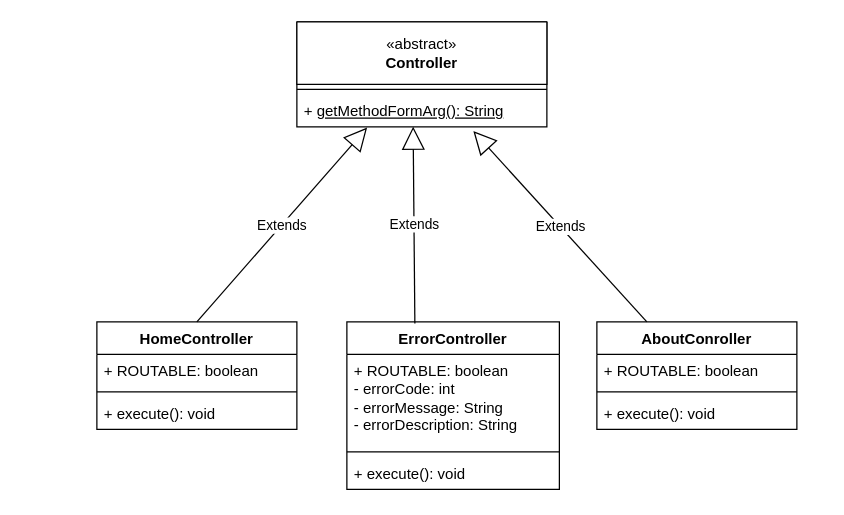
Earlier version of the draw.io diagram UML/Controller.drawio (Alexandre-SBEGHEN/BUT-S3.01-CYBER-Cigales). Source tidied: cells renumbered, new cells numbered last; positions are measured from the earlier drawing's top-left corner, leaving out a move shared by most shapes. Both pictures are drawn from the tidied source at 125%, with x=0, y=0 at pixel (96, 21).
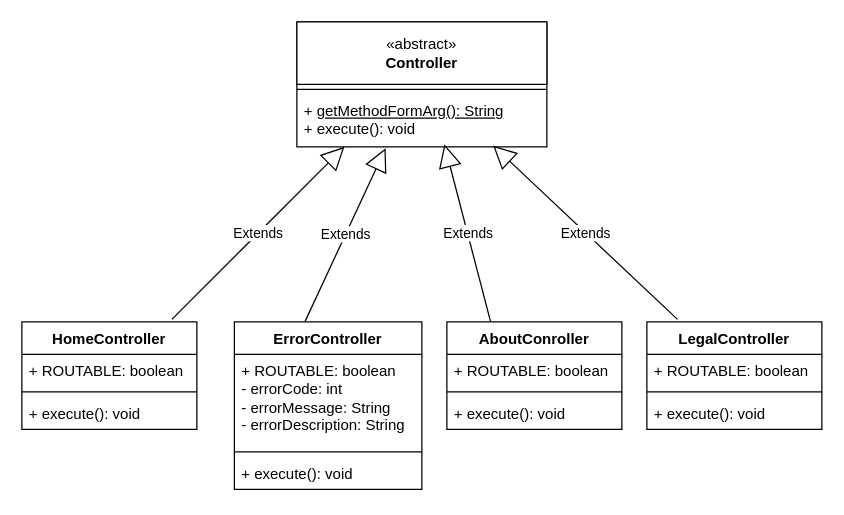
After the change.

Commit message:
fix(UML): ajout de la class LegalController

The edit, as a diff of the source:
```diff
@@
     <mxCell id="2" style="swimlane;fontStyle=1;align=center;verticalAlign=top;horizontal=1;startSize=0;whiteSpace=wrap;html=1;" parent="1" vertex="1">
-      <mxGeometry x="160" width="200" height="84" as="geometry" />
+      <mxGeometry x="160" width="200" height="100" as="geometry" />
     </mxCell>
@@
-    <mxCell id="5" value="+ &lt;u&gt;getMethodFormArg(): String&lt;/u&gt;" style="text;strokeColor=none;fillColor=none;align=left;verticalAlign=top;spacingLeft=4;spacingRight=4;overflow=hidden;points=[[0,0.5],[1,0.5]];portConstraint=eastwest;whiteSpace=wrap;html=1;" parent="2" vertex="1">
-      <mxGeometry y="58" width="200" height="26" as="geometry" />
+    <mxCell id="5" value="+ &lt;u&gt;getMethodFormArg(): String&lt;/u&gt;&lt;div&gt;+ execute(): void&lt;/div&gt;" style="text;strokeColor=none;fillColor=none;align=left;verticalAlign=top;spacingLeft=4;spacingRight=4;overflow=hidden;points=[[0,0.5],[1,0.5]];portConstraint=eastwest;whiteSpace=wrap;html=1;" parent="2" vertex="1">
+      <mxGeometry y="58" width="200" height="42" as="geometry" />
     </mxCell>
     <mxCell id="6" value="HomeController" style="swimlane;fontStyle=1;align=center;verticalAlign=top;horizontal=1;startSize=26;whiteSpace=wrap;html=1;" parent="1" vertex="1">
-      <mxGeometry y="240" width="160" height="86" as="geometry" />
+      <mxGeometry x="-60" y="240" width="140" height="86" as="geometry" />
     </mxCell>
     <mxCell id="7" value="+ ROUTABLE: boolean" style="text;strokeColor=none;fillColor=none;align=left;verticalAlign=top;spacingLeft=4;spacingRight=4;overflow=hidden;whiteSpace=wrap;html=1;" parent="6" vertex="1">
-      <mxGeometry y="26" width="160" height="26" as="geometry" />
+      <mxGeometry y="26" width="140" height="26" as="geometry" />
     </mxCell>
     <mxCell id="8" style="line;strokeWidth=1;fillColor=none;align=left;verticalAlign=middle;spacingTop=-1;spacingLeft=3;spacingRight=3;labelPosition=right;strokeColor=inherit;labelPerimeter=1;" parent="6" vertex="1">
-      <mxGeometry y="52" width="160" height="8" as="geometry" />
+      <mxGeometry y="52" width="140" height="8" as="geometry" />
     </mxCell>
     <mxCell id="9" value="+ execute(): void" style="text;strokeColor=none;fillColor=none;align=left;verticalAlign=top;spacingLeft=4;spacingRight=4;overflow=hidden;whiteSpace=wrap;html=1;" parent="6" vertex="1">
-      <mxGeometry y="60" width="160" height="26" as="geometry" />
+      <mxGeometry y="60" width="140" height="26" as="geometry" />
     </mxCell>
     <mxCell id="10" value="ErrorController" style="swimlane;fontStyle=1;align=center;verticalAlign=top;horizontal=1;startSize=26;whiteSpace=wrap;html=1;" parent="1" vertex="1">
-      <mxGeometry x="200" y="240" width="170" height="134" as="geometry" />
+      <mxGeometry x="110" y="240" width="150" height="134" as="geometry" />
     </mxCell>
     <mxCell id="11" value="+ ROUTABLE: boolean&lt;div&gt;- errorCode: int&lt;/div&gt;&lt;div&gt;- errorMessage: String&lt;/div&gt;&lt;div&gt;- errorDescription: String&lt;br&gt;&lt;div&gt;&lt;br&gt;&lt;/div&gt;&lt;/div&gt;" style="text;strokeColor=none;fillColor=none;align=left;verticalAlign=top;spacingLeft=4;spacingRight=4;overflow=hidden;whiteSpace=wrap;html=1;" parent="10" vertex="1">
-      <mxGeometry y="26" width="170" height="74" as="geometry" />
+      <mxGeometry y="26" width="150" height="74" as="geometry" />
     </mxCell>
     <mxCell id="12" style="line;strokeWidth=1;fillColor=none;align=left;verticalAlign=middle;spacingTop=-1;spacingLeft=3;spacingRight=3;labelPosition=right;strokeColor=inherit;labelPerimeter=1;" parent="10" vertex="1">
-      <mxGeometry y="100" width="170" height="8" as="geometry" />
+      <mxGeometry y="100" width="150" height="8" as="geometry" />
     </mxCell>
     <mxCell id="13" value="+ execute(): void" style="text;strokeColor=none;fillColor=none;align=left;verticalAlign=top;spacingLeft=4;spacingRight=4;overflow=hidden;whiteSpace=wrap;html=1;" parent="10" vertex="1">
-      <mxGeometry y="108" width="170" height="26" as="geometry" />
+      <mxGeometry y="108" width="150" height="26" as="geometry" />
     </mxCell>
     <mxCell id="14" value="AboutConroller" style="swimlane;fontStyle=1;align=center;verticalAlign=top;horizontal=1;startSize=26;whiteSpace=wrap;html=1;" parent="1" vertex="1">
-      <mxGeometry x="400" y="240" width="160" height="86" as="geometry" />
+      <mxGeometry x="280" y="240" width="140" height="86" as="geometry" />
     </mxCell>
     <mxCell id="15" value="+ ROUTABLE: boolean" style="text;strokeColor=none;fillColor=none;align=left;verticalAlign=top;spacingLeft=4;spacingRight=4;overflow=hidden;whiteSpace=wrap;html=1;" parent="14" vertex="1">
-      <mxGeometry y="26" width="160" height="26" as="geometry" />
+      <mxGeometry y="26" width="140" height="26" as="geometry" />
     </mxCell>
     <mxCell id="16" style="line;strokeWidth=1;fillColor=none;align=left;verticalAlign=middle;spacingTop=-1;spacingLeft=3;spacingRight=3;labelPosition=right;strokeColor=inherit;labelPerimeter=1;" parent="14" vertex="1">
-      <mxGeometry y="52" width="160" height="8" as="geometry" />
+      <mxGeometry y="52" width="140" height="8" as="geometry" />
     </mxCell>
     <mxCell id="17" value="+ execute(): void" style="text;strokeColor=none;fillColor=none;align=left;verticalAlign=top;spacingLeft=4;spacingRight=4;overflow=hidden;whiteSpace=wrap;html=1;" parent="14" vertex="1">
-      <mxGeometry y="60" width="160" height="26" as="geometry" />
+      <mxGeometry y="60" width="140" height="26" as="geometry" />
     </mxCell>
-    <mxCell id="18" value="Extends" style="endArrow=block;endSize=16;endFill=0;html=1;rounded=0;defaultLabelBackgroundColor=gap;exitX=0.5;exitY=0;exitDx=0;exitDy=0;entryX=0.281;entryY=1.022;entryDx=0;entryDy=0;entryPerimeter=0;" parent="1" edge="1" source="6" target="5">
-      <mxGeometry relative="1" as="geometry" />
-    </mxCell>
-    <mxCell id="19" value="Extends" style="endArrow=block;endSize=16;endFill=0;html=1;rounded=0;defaultLabelBackgroundColor=gap;entryX=0.465;entryY=0.998;entryDx=0;entryDy=0;entryPerimeter=0;exitX=0.32;exitY=0.01;exitDx=0;exitDy=0;exitPerimeter=0;" parent="1" edge="1" source="10" target="2">
+    <mxCell id="19" value="Extends" style="endArrow=block;endSize=16;endFill=0;html=1;rounded=0;defaultLabelBackgroundColor=gap;entryX=0.355;entryY=1.024;entryDx=0;entryDy=0;entryPerimeter=0;exitX=0.376;exitY=0;exitDx=0;exitDy=0;exitPerimeter=0;" parent="1" edge="1" source="10" target="5">
       <mxGeometry relative="1" as="geometry" />
     </mxCell>
-    <mxCell id="20" value="Extends" style="endArrow=block;endSize=16;endFill=0;html=1;rounded=0;defaultLabelBackgroundColor=gap;entryX=0.706;entryY=1.131;entryDx=0;entryDy=0;entryPerimeter=0;exitX=0.25;exitY=0;exitDx=0;exitDy=0;" parent="1" edge="1" source="14" target="5">
+    <mxCell id="20" value="Extends" style="endArrow=block;endSize=16;endFill=0;html=1;rounded=0;defaultLabelBackgroundColor=gap;entryX=0.59;entryY=0.952;entryDx=0;entryDy=0;entryPerimeter=0;exitX=0.25;exitY=0;exitDx=0;exitDy=0;" parent="1" edge="1" source="14" target="5">
       <mxGeometry relative="1" as="geometry" />
     </mxCell>
+    <mxCell id="21" value="Extends" style="endArrow=block;endSize=16;endFill=0;html=1;rounded=0;defaultLabelBackgroundColor=page;entryX=0.19;entryY=1;entryDx=0;entryDy=0;entryPerimeter=0;" parent="1" edge="1" target="5">
+      <mxGeometry relative="1" as="geometry">
+        <mxPoint x="60" y="238" as="sourcePoint" />
+      </mxGeometry>
+    </mxCell>
+    <mxCell id="22" value="LegalController" style="swimlane;fontStyle=1;align=center;verticalAlign=top;horizontal=1;startSize=26;whiteSpace=wrap;html=1;" parent="1" vertex="1">
+      <mxGeometry x="440" y="240" width="140" height="86" as="geometry" />
+    </mxCell>
+    <mxCell id="23" value="+ ROUTABLE: boolean" style="text;strokeColor=none;fillColor=none;align=left;verticalAlign=top;spacingLeft=4;spacingRight=4;overflow=hidden;whiteSpace=wrap;html=1;" parent="22" vertex="1">
+      <mxGeometry y="26" width="140" height="26" as="geometry" />
+    </mxCell>
+    <mxCell id="24" style="line;strokeWidth=1;fillColor=none;align=left;verticalAlign=middle;spacingTop=-1;spacingLeft=3;spacingRight=3;labelPosition=right;strokeColor=inherit;labelPerimeter=1;" parent="22" vertex="1">
+      <mxGeometry y="52" width="140" height="8" as="geometry" />
+    </mxCell>
+    <mxCell id="25" value="+ execute(): void" style="text;strokeColor=none;fillColor=none;align=left;verticalAlign=top;spacingLeft=4;spacingRight=4;overflow=hidden;whiteSpace=wrap;html=1;" parent="22" vertex="1">
+      <mxGeometry y="60" width="140" height="26" as="geometry" />
+    </mxCell>
+    <mxCell id="26" value="Extends" style="endArrow=block;endSize=16;endFill=0;html=1;rounded=0;defaultLabelBackgroundColor=page;entryX=0.785;entryY=0.976;entryDx=0;entryDy=0;entryPerimeter=0;exitX=0.175;exitY=-0.023;exitDx=0;exitDy=0;exitPerimeter=0;" parent="1" edge="1" source="22" target="5">
+      <mxGeometry relative="1" as="geometry" />
+    </mxCell>
```
